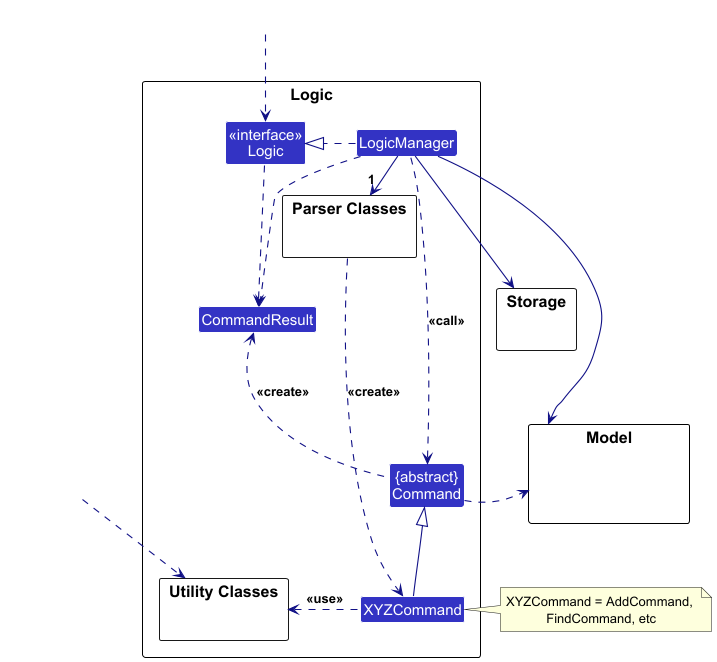
Before: docs/images/LogicClassDiagram.png, a diagram exported from PlantUML (Itsdaodao/tp).
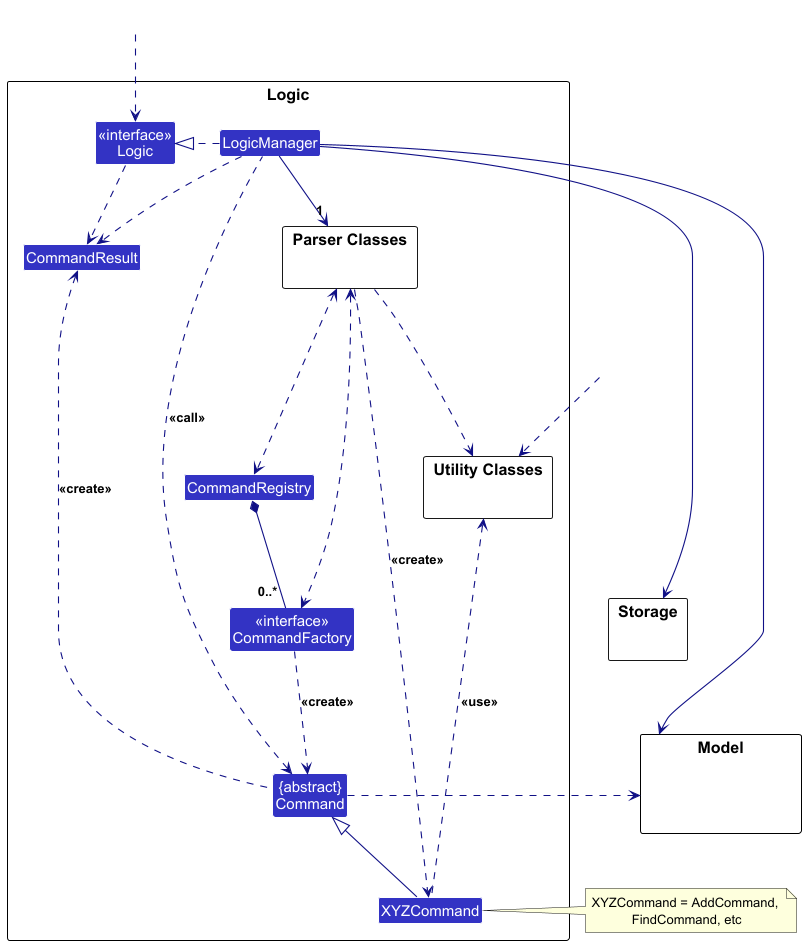
Above is the later version.

Diff of the diagram source:
```diff
@@ -12,6 +12,8 @@
 }
 Class XYZCommand
 Class CommandResult
+Class "<<interface>>\nCommandFactory" as CommandFactory
+Class CommandRegistry
 Class "{abstract}\nCommand" as Command
 
 
@@ -27,11 +29,11 @@
 }
 
 Class HiddenOutside #FFFFFF
-Class HiddenOutsideUi #FFFFFF
+Class "Hidden" as HiddenOutsideUi #FFFFFF
 HiddenOutside ..> Logic
 
 LogicManager .right.|> Logic
-LogicManager -right->"1" ParserClasses
+LogicManager -down->"1" ParserClasses
 ParserClasses ..> XYZCommand : <<create>>
 
 XYZCommand -up-|> Command
@@ -48,4 +50,11 @@
 Logic ..> CommandResult
 LogicManager .down.> CommandResult
 Command .up.> CommandResult : <<create>>
+CommandFactory .down.> Command : <<create>>
+CommandRegistry *-down- "0..* " CommandFactory
+ParserClasses <..> CommandFactory
+ParserClasses <.down..> CommandRegistry
+ParserClasses ..> UtilityClasses
+
+CommandRegistry .[hidden]left.> UtilityClasses
 @enduml
```
